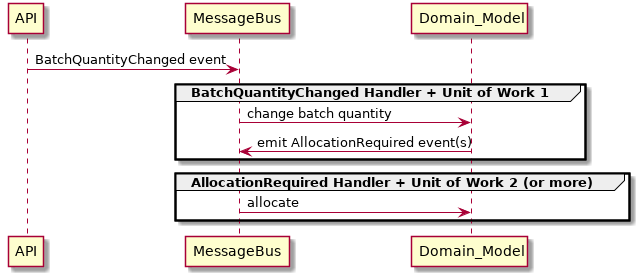
cosmicpython/book keeps this PlantUML diagram as images/reallocation_sequence_diagram.png. Above is the earlier version. The source it was exported from:
```plantuml
@startuml
API -> MessageBus : BatchQuantityChanged event

group BatchQuantityChanged Handler + Unit of Work 1
    MessageBus -> Domain_Model : change batch quantity
    Domain_Model -> MessageBus : emit AllocationRequired event(s)
end


group AllocationRequired Handler + Unit of Work 2 (or more)
    MessageBus -> Domain_Model : allocate
end

@enduml
```
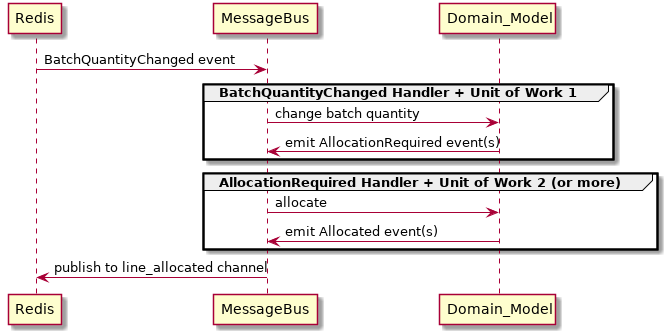
After the change.

Commit message:
tweak a heading and some callouts in 10

Change to the diagram source:
```diff
@@ -1,5 +1,5 @@
 @startuml
-API -> MessageBus : BatchQuantityChanged event
+Redis -> MessageBus : BatchQuantityChanged event
 
 group BatchQuantityChanged Handler + Unit of Work 1
     MessageBus -> Domain_Model : change batch quantity
@@ -9,6 +9,8 @@
 
 group AllocationRequired Handler + Unit of Work 2 (or more)
     MessageBus -> Domain_Model : allocate
+    Domain_Model -> MessageBus : emit Allocated event(s)
 end
 
+MessageBus -> Redis : publish to line_allocated channel
 @enduml
```
